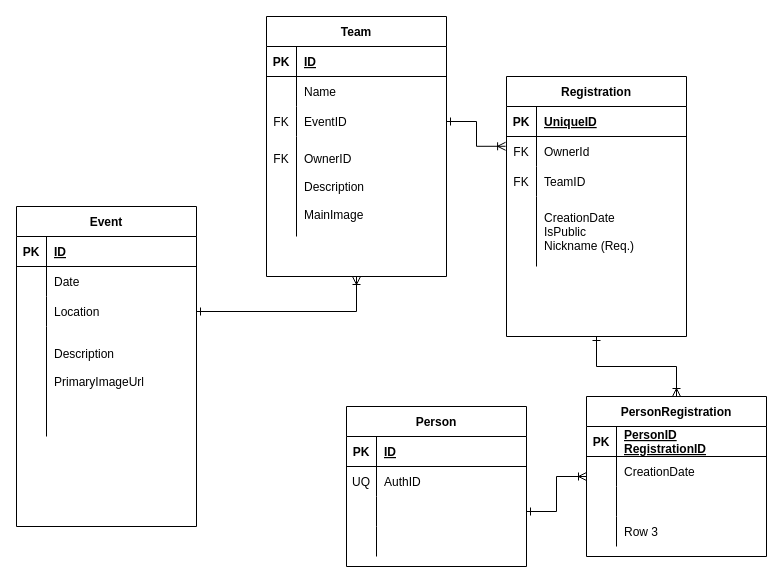
The draw.io diagram page "Schema" (2 of 2) of docs/datamodel.drawio in SnowSE/project_aspen, before the edit. Source tidied: cells renumbered, new cells numbered last; positions are measured from the earlier drawing's top-left corner, leaving out a move shared by most shapes. Both pictures are drawn from the tidied source at 100%, with x=0, y=0 at pixel (16, 16).
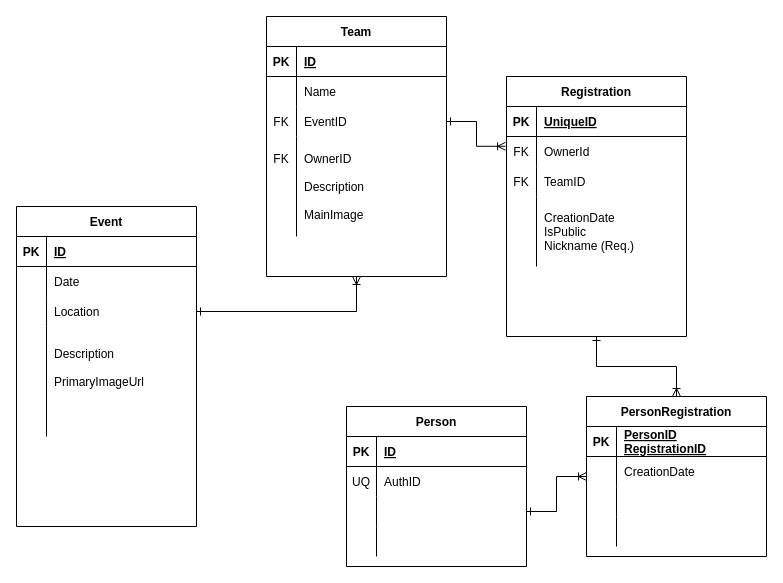
The same diagram, later.

Unchanged cells that the change refers to:
```xml
<mxCell id="67" style="shape=partialRectangle;fillColor=none;top=0;left=0;bottom=0;right=0;" parent="57" vertex="1">
  <mxGeometry y="120" width="180" height="30" as="geometry" />
</mxCell>
```

Diff of the diagram source:
```diff
@@
-    <mxCell id="69" value="Row 3" style="shape=partialRectangle;fillColor=none;top=0;left=0;bottom=0;right=0;align=left;spacingLeft=6;overflow=hidden;" parent="67" vertex="1">
+    <mxCell id="69" style="shape=partialRectangle;fillColor=none;top=0;left=0;bottom=0;right=0;align=left;spacingLeft=6;overflow=hidden;" parent="67" vertex="1">
       <mxGeometry x="30" width="150" height="30" as="geometry" />
     </mxCell>
```
